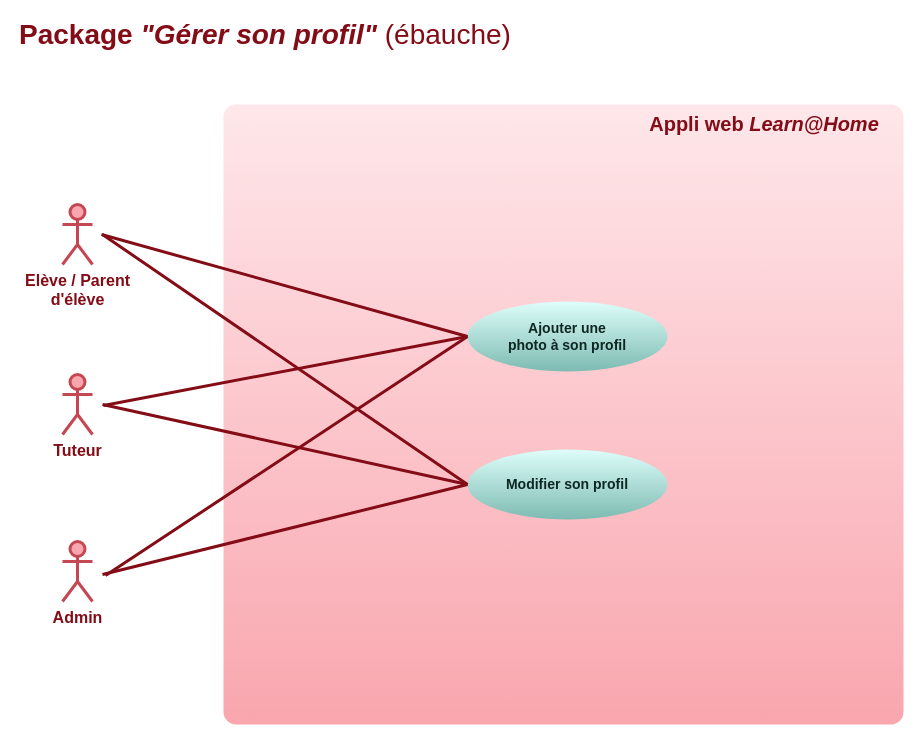
Earlier version of the draw.io diagram doc/use-cases-manage-profile.drawio (logic-fabric/LoicMangin_10_01052021). Source tidied: cells renumbered, new cells numbered last; positions are measured from the earlier drawing's top-left corner, leaving out a move shared by most shapes. Both pictures are drawn from the tidied source at 100%, with x=0, y=0 at pixel (17, 24).
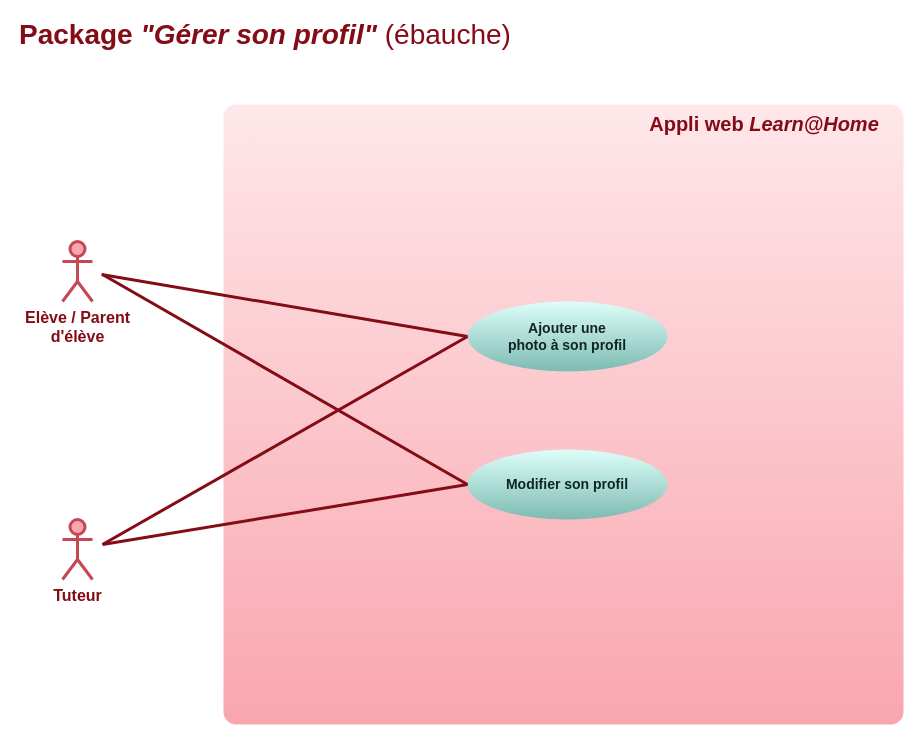
The same diagram, later.

Diff of the diagram source:
```diff
@@
 <mxGraphModel background="#ffffff">
   <root>
     <mxCell id="0" />
     <mxCell id="1" parent="0" />
     <mxCell id="2" value="&lt;font style=&quot;font-size: 16px&quot;&gt;Elève / Parent &lt;br&gt;d'élève&lt;/font&gt;" style="shape=umlActor;verticalLabelPosition=bottom;verticalAlign=top;html=1;strokeWidth=3;strokeColor=#C64754;fillColor=#f9a6ae;fontColor=#830C17;fontStyle=1;" parent="1" vertex="1">
-      <mxGeometry x="45" y="180" width="30" height="60" as="geometry" />
+      <mxGeometry x="45" y="217" width="30" height="60" as="geometry" />
     </mxCell>
     <mxCell id="3" value="&lt;font size=&quot;1&quot; color=&quot;#830c17&quot;&gt;&lt;span style=&quot;font-size: 28px&quot;&gt;&lt;b&gt;Package &lt;/b&gt;&lt;i style=&quot;font-weight: bold&quot;&gt;&quot;Gérer son profil&quot;&lt;/i&gt; (ébauche)&lt;/span&gt;&lt;/font&gt;" style="text;html=1;strokeColor=none;fillColor=none;align=left;verticalAlign=middle;whiteSpace=wrap;rounded=0;fontColor=#660000;" parent="1" vertex="1">
       <mxGeometry width="502" height="20" as="geometry" />
     </mxCell>
     <mxCell id="4" style="rounded=1;whiteSpace=wrap;html=1;fontColor=#660000;strokeWidth=3;strokeColor=none;fillColor=#F9A6AE;gradientColor=#fee7ea;gradientDirection=north;arcSize=2;" parent="1" vertex="1">
       <mxGeometry x="206" y="80" width="680" height="620" as="geometry" />
     </mxCell>
-    <mxCell id="5" value="&lt;font style=&quot;font-size: 16px&quot;&gt;Admin&lt;/font&gt;" style="shape=umlActor;verticalLabelPosition=bottom;verticalAlign=top;html=1;strokeWidth=3;strokeColor=#C64754;fillColor=#f9a6ae;fontColor=#830C17;fontStyle=1;" parent="1" vertex="1">
-      <mxGeometry x="45" y="517" width="30" height="60" as="geometry" />
-    </mxCell>
     <mxCell id="6" value="&lt;font style=&quot;font-size: 16px&quot;&gt;Tuteur&lt;br&gt;&lt;/font&gt;" style="shape=umlActor;verticalLabelPosition=bottom;verticalAlign=top;html=1;strokeWidth=3;strokeColor=#C64754;fillColor=#f9a6ae;fontColor=#830C17;fontStyle=1;" parent="1" vertex="1">
-      <mxGeometry x="45" y="350" width="30" height="60" as="geometry" />
+      <mxGeometry x="45" y="495" width="30" height="60" as="geometry" />
     </mxCell>
     <mxCell id="7" value="&lt;font color=&quot;#830c17&quot;&gt;&lt;span style=&quot;font-size: 20px&quot;&gt;&lt;b&gt;Appli web&lt;i&gt; Learn@Home&lt;/i&gt;&lt;/b&gt;&lt;/span&gt;&lt;/font&gt;" style="text;html=1;strokeColor=none;fillColor=none;align=center;verticalAlign=middle;whiteSpace=wrap;rounded=0;fontColor=#660000;" parent="1" vertex="1">
       <mxGeometry x="622" y="89" width="250" height="20" as="geometry" />
     </mxCell>
     <mxCell id="8" value="&lt;font&gt;&lt;b&gt;&lt;font style=&quot;font-size: 14px&quot;&gt;Modifier son profil&lt;/font&gt;&lt;br&gt;&lt;/b&gt;&lt;/font&gt;" style="ellipse;whiteSpace=wrap;html=1;rounded=1;strokeWidth=3;fontColor=#0e2723;strokeColor=none;fillColor=#defefa;gradientColor=#7dbbb2;" parent="1" vertex="1">
       <mxGeometry x="450" y="425" width="200" height="70" as="geometry" />
     </mxCell>
     <mxCell id="9" style="endArrow=none;html=1;fontColor=#0e2723;strokeWidth=3;strokeColor=#830C17;exitX=0;exitY=0.5;exitDx=0;exitDy=0;" parent="1" edge="1" source="8">
       <mxGeometry relative="1" as="geometry">
-        <mxPoint x="85" y="210" as="targetPoint" />
+        <mxPoint x="85" y="250" as="targetPoint" />
       </mxGeometry>
     </mxCell>
     <mxCell id="10" style="endArrow=none;html=1;fontColor=#0e2723;strokeWidth=3;strokeColor=#830C17;exitX=0;exitY=0.5;exitDx=0;exitDy=0;" parent="1" edge="1" source="8">
       <mxGeometry relative="1" as="geometry">
-        <mxPoint x="85" y="380" as="targetPoint" />
+        <mxPoint x="85" y="520" as="targetPoint" />
       </mxGeometry>
     </mxCell>
-    <mxCell id="11" style="endArrow=none;html=1;fontColor=#0e2723;strokeWidth=3;strokeColor=#830C17;exitX=0;exitY=0.5;exitDx=0;exitDy=0;" parent="1" edge="1" source="8">
-      <mxGeometry relative="1" as="geometry">
-        <mxPoint x="85" y="550" as="targetPoint" />
-      </mxGeometry>
-    </mxCell>
     <mxCell id="12" value="&lt;font style=&quot;font-size: 14px&quot;&gt;&lt;b&gt;Ajouter une &lt;br&gt;photo à son profil&lt;br&gt;&lt;/b&gt;&lt;/font&gt;" style="ellipse;whiteSpace=wrap;html=1;rounded=1;strokeWidth=3;fontColor=#0e2723;strokeColor=none;fillColor=#defefa;gradientColor=#7dbbb2;" parent="1" vertex="1">
       <mxGeometry x="450" y="277" width="200" height="70" as="geometry" />
     </mxCell>
     <mxCell id="13" style="endArrow=none;html=1;fontColor=#0e2723;strokeWidth=3;strokeColor=#830C17;exitX=0;exitY=0.5;exitDx=0;exitDy=0;" parent="1" edge="1" source="12">
       <mxGeometry relative="1" as="geometry">
-        <mxPoint x="84" y="210" as="targetPoint" />
+        <mxPoint x="84" y="250" as="targetPoint" />
       </mxGeometry>
     </mxCell>
     <mxCell id="14" style="endArrow=none;html=1;fontColor=#0e2723;strokeWidth=3;strokeColor=#830C17;exitX=0;exitY=0.5;exitDx=0;exitDy=0;" parent="1" edge="1" source="12">
       <mxGeometry relative="1" as="geometry">
-        <mxPoint x="86" y="381" as="targetPoint" />
+        <mxPoint x="85" y="520" as="targetPoint" />
       </mxGeometry>
     </mxCell>
-    <mxCell id="15" style="endArrow=none;html=1;fontColor=#0e2723;strokeWidth=3;strokeColor=#830C17;exitX=0;exitY=0.5;exitDx=0;exitDy=0;" parent="1" edge="1" source="12">
-      <mxGeometry relative="1" as="geometry">
-        <mxPoint x="88" y="551" as="targetPoint" />
-      </mxGeometry>
-    </mxCell>
   </root>
 </mxGraphModel>
```
